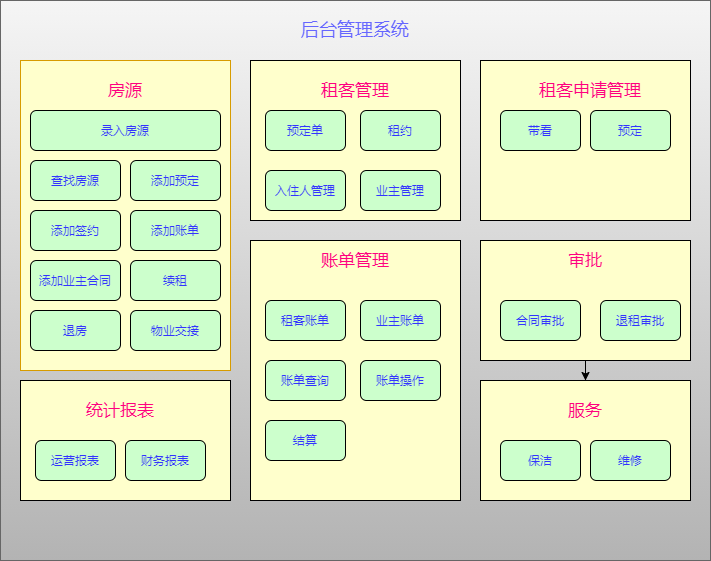
This is 后台管理架构.png from peter-wins/gbh, a draw.io export, as it was before one commit. Source tidied: cells renumbered, new cells last; positions are measured from the earlier drawing's top-left corner, leaving out a move shared by most shapes.
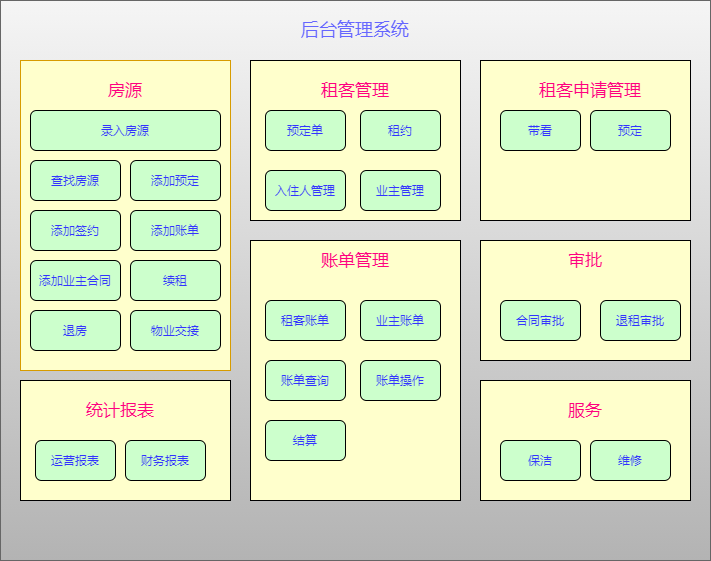
The same file after the commit.

The edit, as a diff of the source:
```diff
@@ -23,9 +23,6 @@
     <mxCell id="8" style="rounded=0;whiteSpace=wrap;html=1;fillColor=#FFFFCC;" parent="1" vertex="1">
       <mxGeometry x="20" y="380" width="210" height="120" as="geometry" />
     </mxCell>
-    <mxCell id="9" style="edgeStyle=orthogonalEdgeStyle;rounded=0;jettySize=auto;html=1;" parent="1" edge="1" source="10" target="11">
-      <mxGeometry relative="1" as="geometry" />
-    </mxCell>
     <mxCell id="10" style="rounded=0;whiteSpace=wrap;html=1;fillColor=#FFFFCC;" parent="1" vertex="1">
       <mxGeometry x="480" y="240" width="210" height="120" as="geometry" />
     </mxCell>
```
